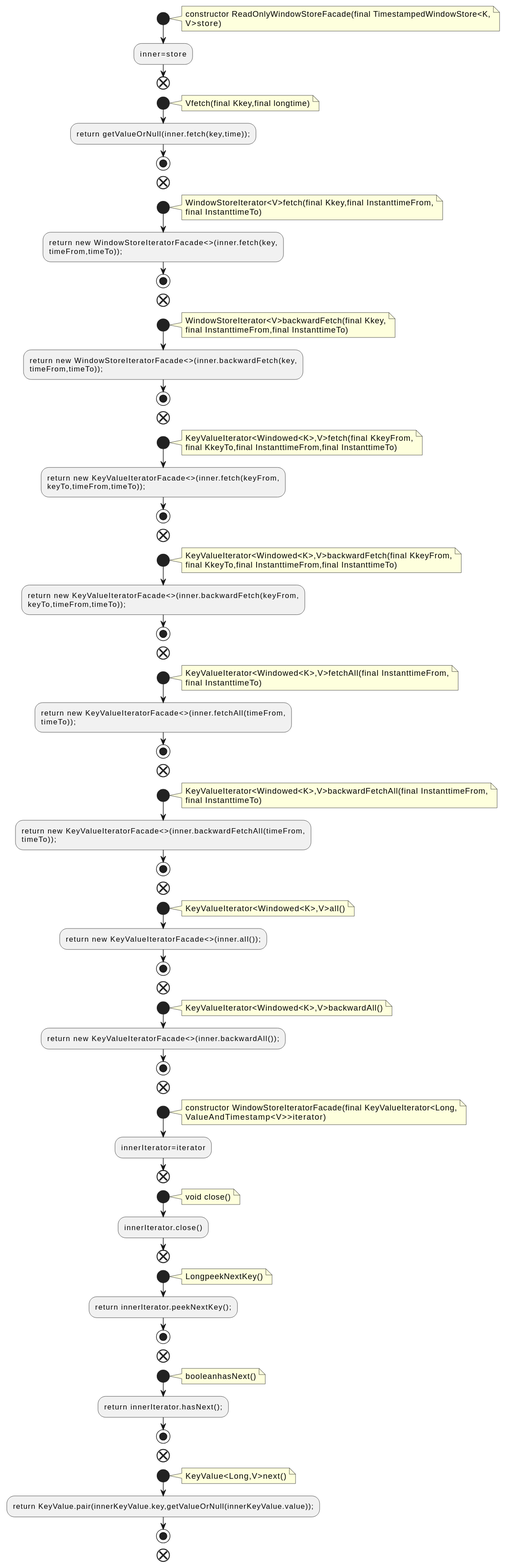
Earlier version of the PlantUML export docs/qc/streams/src/main/java/org/apache/kafka/streams/state/internals/ReadOnlyWindowStoreFacade.java.fct.svg (qualitesys/kafka).
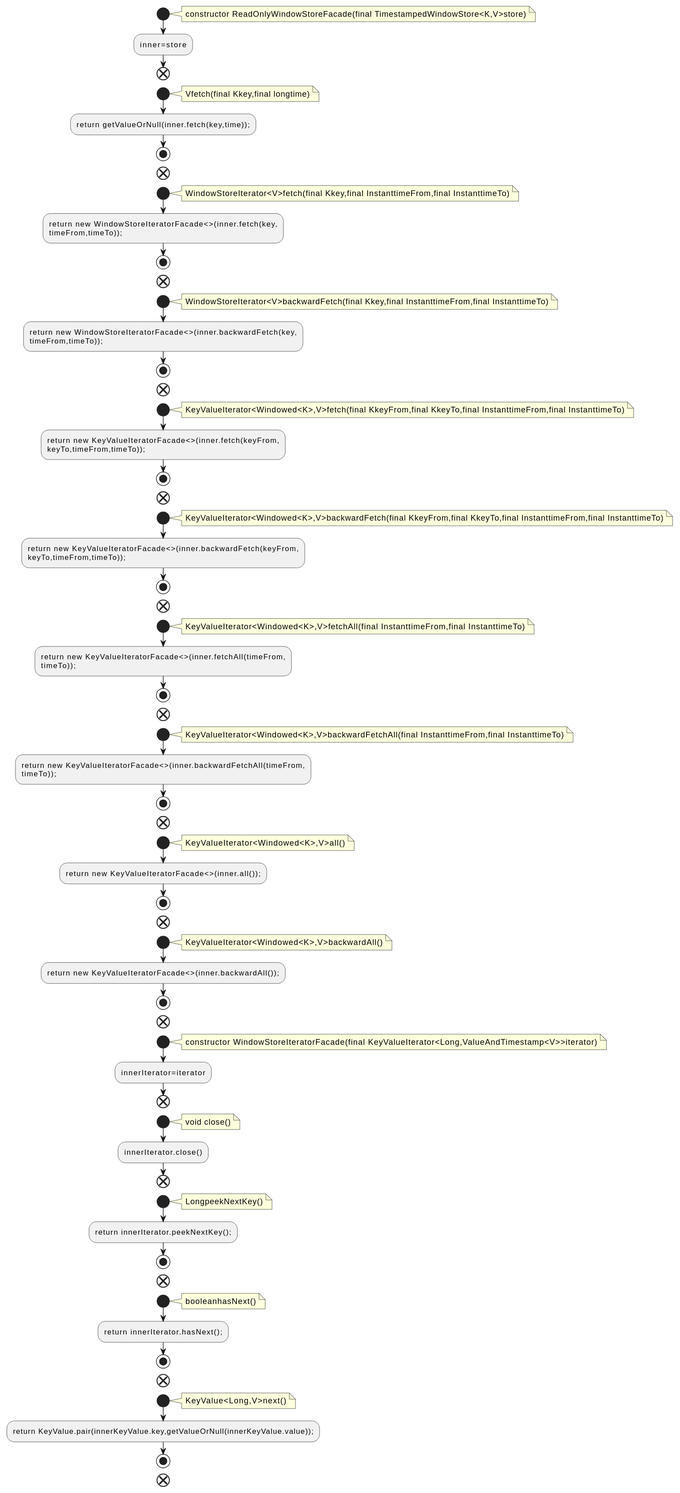
Later version of the same file.

The edit, as a diff of the source:
```diff
@@ -2,8 +2,7 @@
 !pragma layout smetana
 start
 note right
-constructor ReadOnlyWindowStoreFacade(final TimestampedWindowStore<K,
-V>store)
+constructor ReadOnlyWindowStoreFacade(final TimestampedWindowStore<K,V>store)
 end note
 :inner=store;
 end
@@ -16,8 +15,7 @@
 end
 start
 note right
-WindowStoreIterator<V>fetch(final Kkey,final InstanttimeFrom,
-final InstanttimeTo)
+WindowStoreIterator<V>fetch(final Kkey,final InstanttimeFrom,final InstanttimeTo)
 end note
 :return new WindowStoreIteratorFacade<>(inner.fetch(key,
 timeFrom,timeTo));;
@@ -25,8 +23,7 @@
 end
 start
 note right
-WindowStoreIterator<V>backwardFetch(final Kkey,
-final InstanttimeFrom,final InstanttimeTo)
+WindowStoreIterator<V>backwardFetch(final Kkey,final InstanttimeFrom,final InstanttimeTo)
 end note
 :return new WindowStoreIteratorFacade<>(inner.backwardFetch(key,
 timeFrom,timeTo));;
@@ -34,8 +31,7 @@
 end
 start
 note right
-KeyValueIterator<Windowed<K>,V>fetch(final KkeyFrom,
-final KkeyTo,final InstanttimeFrom,final InstanttimeTo)
+KeyValueIterator<Windowed<K>,V>fetch(final KkeyFrom,final KkeyTo,final InstanttimeFrom,final InstanttimeTo)
 end note
 :return new KeyValueIteratorFacade<>(inner.fetch(keyFrom,
 keyTo,timeFrom,timeTo));;
@@ -43,8 +39,7 @@
 end
 start
 note right
-KeyValueIterator<Windowed<K>,V>backwardFetch(final KkeyFrom,
-final KkeyTo,final InstanttimeFrom,final InstanttimeTo)
+KeyValueIterator<Windowed<K>,V>backwardFetch(final KkeyFrom,final KkeyTo,final InstanttimeFrom,final InstanttimeTo)
 end note
 :return new KeyValueIteratorFacade<>(inner.backwardFetch(keyFrom,
 keyTo,timeFrom,timeTo));;
@@ -52,8 +47,7 @@
 end
 start
 note right
-KeyValueIterator<Windowed<K>,V>fetchAll(final InstanttimeFrom,
-final InstanttimeTo)
+KeyValueIterator<Windowed<K>,V>fetchAll(final InstanttimeFrom,final InstanttimeTo)
 end note
 :return new KeyValueIteratorFacade<>(inner.fetchAll(timeFrom,
 timeTo));;
@@ -61,8 +55,7 @@
 end
 start
 note right
-KeyValueIterator<Windowed<K>,V>backwardFetchAll(final InstanttimeFrom,
-final InstanttimeTo)
+KeyValueIterator<Windowed<K>,V>backwardFetchAll(final InstanttimeFrom,final InstanttimeTo)
 end note
 :return new KeyValueIteratorFacade<>(inner.backwardFetchAll(timeFrom,
 timeTo));;
@@ -84,8 +77,7 @@
 end
 start
 note right
-constructor WindowStoreIteratorFacade(final KeyValueIterator<Long,
-ValueAndTimestamp<V>>iterator)
+constructor WindowStoreIteratorFacade(final KeyValueIterator<Long,ValueAndTimestamp<V>>iterator)
 end note
 :innerIterator=iterator;
 end
```
